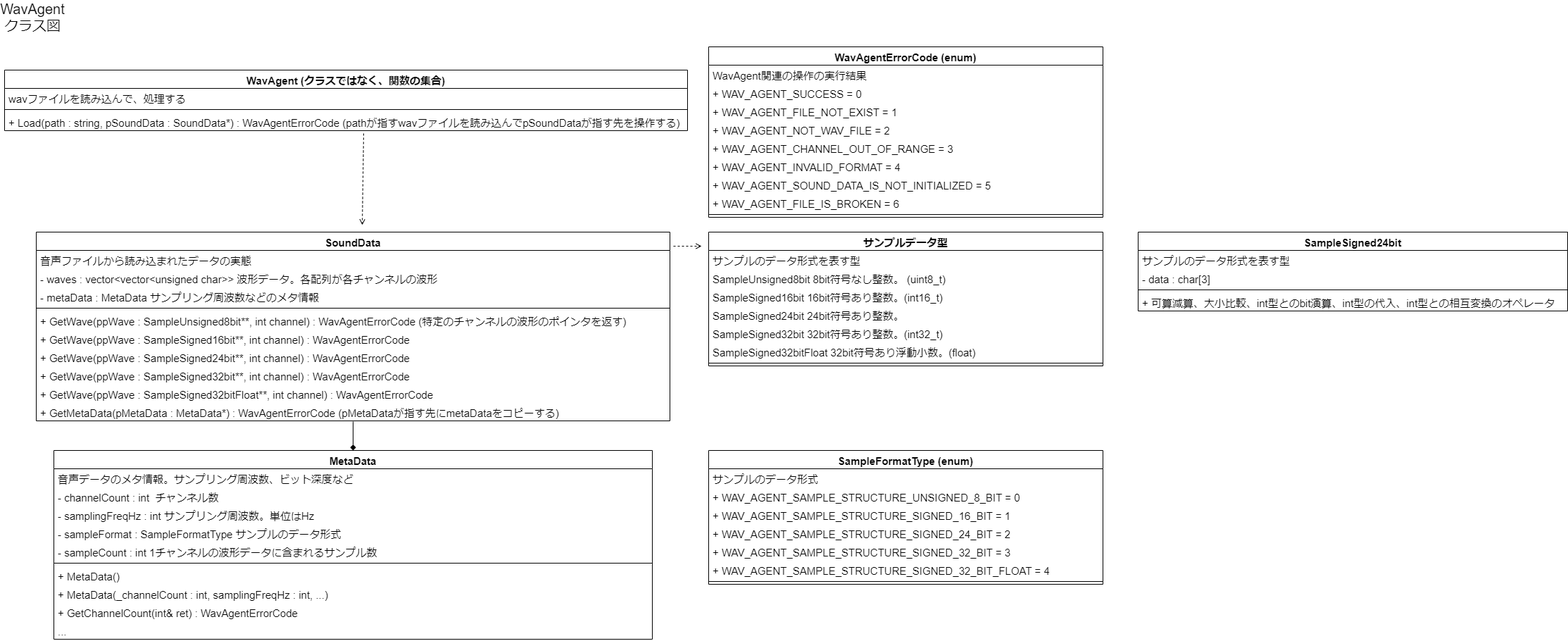
Before: design/WavAgentClassDiagram.png, a diagram exported from draw.io (Dumble009/WavAgent). Source tidied: cells renumbered, new cells last; positions are measured from the earlier drawing's top-left corner, leaving out a move shared by most shapes. The source it was exported from:
```xml
<mxGraphModel>
  <root>
    <mxCell id="0" />
    <mxCell id="1" parent="0" />
    <mxCell id="2" value="WavAgentクラス図" style="text;html=1;strokeColor=none;fillColor=none;align=center;verticalAlign=middle;whiteSpace=wrap;rounded=0;fontSize=20;" parent="1" vertex="1">
      <mxGeometry x="10" width="60" height="30" as="geometry" />
    </mxCell>
    <mxCell id="3" style="endArrow=open;html=1;rounded=0;fontSize=15;endFill=0;entryX=0.5;entryY=0;entryDx=0;entryDy=0;dashed=1;" parent="1" edge="1">
      <mxGeometry relative="1" as="geometry">
        <mxPoint x="510" y="180" as="sourcePoint" />
        <mxPoint x="508" y="310" as="targetPoint" />
      </mxGeometry>
    </mxCell>
    <mxCell id="4" value="WavAgent (クラスではなく、関数の集合)" style="swimlane;fontStyle=1;align=center;verticalAlign=top;horizontal=1;startSize=26;fontSize=15;" parent="1" vertex="1">
      <mxGeometry y="90" width="970" height="86" as="geometry" />
    </mxCell>
    <mxCell id="5" value="wavファイルを読み込んで、処理する" style="text;strokeColor=none;fillColor=none;align=left;verticalAlign=top;spacingLeft=4;spacingRight=4;overflow=hidden;fontSize=15;" parent="4" vertex="1">
      <mxGeometry y="26" width="970" height="26" as="geometry" />
    </mxCell>
    <mxCell id="6" style="line;strokeWidth=1;fillColor=none;align=left;verticalAlign=middle;spacingTop=-1;spacingLeft=3;spacingRight=3;labelPosition=right;fontSize=15;" parent="4" vertex="1">
      <mxGeometry y="52" width="970" height="8" as="geometry" />
    </mxCell>
    <mxCell id="7" value="+ Load(path : string, pSoundData : SoundData*) : WavAgentErrorCode (pathが指すwavファイルを読み込んでpSoundDataが指す先を操作する)" style="text;strokeColor=none;fillColor=none;align=left;verticalAlign=top;spacingLeft=4;spacingRight=4;overflow=hidden;fontSize=15;" parent="4" vertex="1">
      <mxGeometry y="60" width="970" height="26" as="geometry" />
    </mxCell>
    <mxCell id="8" value="SoundData" style="swimlane;fontStyle=1;align=center;verticalAlign=top;horizontal=1;startSize=26;fontSize=15;" parent="1" vertex="1">
      <mxGeometry x="45" y="320" width="900" height="268" as="geometry" />
    </mxCell>
    <mxCell id="9" value="音声ファイルから読み込まれたデータの実態" style="text;strokeColor=none;fillColor=none;align=left;verticalAlign=top;spacingLeft=4;spacingRight=4;overflow=hidden;fontSize=15;" parent="8" vertex="1">
      <mxGeometry y="26" width="900" height="26" as="geometry" />
    </mxCell>
    <mxCell id="10" value="- waves : vector&lt;vector&lt;unsigned char&gt;&gt; 波形データ。各配列が各チャンネルの波形" style="text;strokeColor=none;fillColor=none;align=left;verticalAlign=top;spacingLeft=4;spacingRight=4;overflow=hidden;fontSize=15;" parent="8" vertex="1">
      <mxGeometry y="52" width="900" height="26" as="geometry" />
    </mxCell>
    <mxCell id="11" value="- metaData : MetaData サンプリング周波数などのメタ情報" style="text;strokeColor=none;fillColor=none;align=left;verticalAlign=top;spacingLeft=4;spacingRight=4;overflow=hidden;fontSize=15;" parent="8" vertex="1">
      <mxGeometry y="78" width="900" height="26" as="geometry" />
    </mxCell>
    <mxCell id="12" style="line;strokeWidth=1;fillColor=none;align=left;verticalAlign=middle;spacingTop=-1;spacingLeft=3;spacingRight=3;labelPosition=right;fontSize=15;" parent="8" vertex="1">
      <mxGeometry y="104" width="900" height="8" as="geometry" />
    </mxCell>
    <mxCell id="13" value="+ GetWave(ppWave : SampleUnsigned8bit**, int channel) : WavAgentErrorCode (特定のチャンネルの波形のポインタを返す)" style="text;strokeColor=none;fillColor=none;align=left;verticalAlign=top;spacingLeft=4;spacingRight=4;overflow=hidden;fontSize=15;" parent="8" vertex="1">
      <mxGeometry y="112" width="900" height="26" as="geometry" />
    </mxCell>
    <mxCell id="14" value="+ GetWave(ppWave : SampleSigned16bit**, int channel) : WavAgentErrorCode  " style="text;strokeColor=none;fillColor=none;align=left;verticalAlign=top;spacingLeft=4;spacingRight=4;overflow=hidden;fontSize=15;" parent="8" vertex="1">
      <mxGeometry y="138" width="900" height="26" as="geometry" />
    </mxCell>
    <mxCell id="15" value="+ GetWave(ppWave : SampleSigned24bit**, int channel) : WavAgentErrorCode " style="text;strokeColor=none;fillColor=none;align=left;verticalAlign=top;spacingLeft=4;spacingRight=4;overflow=hidden;fontSize=15;" parent="8" vertex="1">
      <mxGeometry y="164" width="900" height="26" as="geometry" />
    </mxCell>
    <mxCell id="16" value="+ GetWave(ppWave : SampleSigned32bit**, int channel) : WavAgentErrorCode  " style="text;strokeColor=none;fillColor=none;align=left;verticalAlign=top;spacingLeft=4;spacingRight=4;overflow=hidden;fontSize=15;" parent="8" vertex="1">
      <mxGeometry y="190" width="900" height="26" as="geometry" />
    </mxCell>
    <mxCell id="17" value="+ GetWave(ppWave : SampleSigned32bitFloat**, int channel) : WavAgentErrorCode  " style="text;strokeColor=none;fillColor=none;align=left;verticalAlign=top;spacingLeft=4;spacingRight=4;overflow=hidden;fontSize=15;" parent="8" vertex="1">
      <mxGeometry y="216" width="900" height="26" as="geometry" />
    </mxCell>
    <mxCell id="18" value="+ GetMetaData(pMetaData : MetaData*) : WavAgentErrorCode (pMetaDataが指す先にmetaDataをコピーする)" style="text;strokeColor=none;fillColor=none;align=left;verticalAlign=top;spacingLeft=4;spacingRight=4;overflow=hidden;points=[[0,0.5],[1,0.5]];portConstraint=eastwest;fontSize=15;" parent="8" vertex="1">
      <mxGeometry y="242" width="900" height="26" as="geometry" />
    </mxCell>
    <mxCell id="19" value="MetaData" style="swimlane;fontStyle=1;align=center;verticalAlign=top;horizontal=1;startSize=26;fontSize=15;" parent="1" vertex="1">
      <mxGeometry x="70" y="630" width="850" height="268" as="geometry" />
    </mxCell>
    <mxCell id="20" value="音声データのメタ情報。サンプリング周波数、ビット深度など" style="text;strokeColor=none;fillColor=none;align=left;verticalAlign=top;spacingLeft=4;spacingRight=4;overflow=hidden;fontSize=15;" parent="19" vertex="1">
      <mxGeometry y="26" width="850" height="26" as="geometry" />
    </mxCell>
    <mxCell id="21" value="- channelCount : int  チャンネル数    " style="text;strokeColor=none;fillColor=none;align=left;verticalAlign=top;spacingLeft=4;spacingRight=4;overflow=hidden;fontSize=15;" parent="19" vertex="1">
      <mxGeometry y="52" width="850" height="26" as="geometry" />
    </mxCell>
    <mxCell id="22" value="- samplingFreqHz : int サンプリング周波数。単位はHz" style="text;strokeColor=none;fillColor=none;align=left;verticalAlign=top;spacingLeft=4;spacingRight=4;overflow=hidden;fontSize=15;" parent="19" vertex="1">
      <mxGeometry y="78" width="850" height="26" as="geometry" />
    </mxCell>
    <mxCell id="23" value="- sampleFormat : SampleFormatType サンプルのデータ形式" style="text;strokeColor=none;fillColor=none;align=left;verticalAlign=top;spacingLeft=4;spacingRight=4;overflow=hidden;fontSize=15;" parent="19" vertex="1">
      <mxGeometry y="104" width="850" height="26" as="geometry" />
    </mxCell>
    <mxCell id="24" value="- sampleCount : int 1チャンネルの波形データに含まれるサンプル数" style="text;strokeColor=none;fillColor=none;align=left;verticalAlign=top;spacingLeft=4;spacingRight=4;overflow=hidden;fontSize=15;" parent="19" vertex="1">
      <mxGeometry y="130" width="850" height="26" as="geometry" />
    </mxCell>
    <mxCell id="25" style="line;strokeWidth=1;fillColor=none;align=left;verticalAlign=middle;spacingTop=-1;spacingLeft=3;spacingRight=3;labelPosition=right;fontSize=15;" parent="19" vertex="1">
      <mxGeometry y="156" width="850" height="8" as="geometry" />
    </mxCell>
    <mxCell id="26" value="+ MetaData()" style="text;strokeColor=none;fillColor=none;align=left;verticalAlign=top;spacingLeft=4;spacingRight=4;overflow=hidden;fontSize=15;" parent="19" vertex="1">
      <mxGeometry y="164" width="850" height="26" as="geometry" />
    </mxCell>
    <mxCell id="27" value="+ MetaData(_channelCount : int, samplingFreqHz : int, ...)" style="text;strokeColor=none;fillColor=none;align=left;verticalAlign=top;spacingLeft=4;spacingRight=4;overflow=hidden;fontSize=15;" parent="19" vertex="1">
      <mxGeometry y="190" width="850" height="26" as="geometry" />
    </mxCell>
    <mxCell id="28" value="+ GetChannelCount(int&amp; ret) : WavAgentErrorCode" style="text;strokeColor=none;fillColor=none;align=left;verticalAlign=top;spacingLeft=4;spacingRight=4;overflow=hidden;fontSize=15;" parent="19" vertex="1">
      <mxGeometry y="216" width="850" height="26" as="geometry" />
    </mxCell>
    <mxCell id="29" value="..." style="text;strokeColor=none;fillColor=none;align=left;verticalAlign=top;spacingLeft=4;spacingRight=4;overflow=hidden;fontSize=15;" parent="19" vertex="1">
      <mxGeometry y="242" width="850" height="26" as="geometry" />
    </mxCell>
    <mxCell id="30" style="endArrow=diamond;html=1;rounded=0;fontSize=15;endFill=1;entryX=0.5;entryY=0;entryDx=0;entryDy=0;exitX=0.5;exitY=1.038;exitDx=0;exitDy=0;exitPerimeter=0;" parent="1" edge="1" source="18" target="19">
      <mxGeometry relative="1" as="geometry" />
    </mxCell>
    <mxCell id="31" value="WavAgentErrorCode (enum)" style="swimlane;fontStyle=1;align=center;verticalAlign=top;horizontal=1;startSize=26;fontSize=15;" parent="1" vertex="1">
      <mxGeometry x="1000" y="57" width="560" height="242" as="geometry" />
    </mxCell>
    <mxCell id="32" value="WavAgent関連の操作の実行結果" style="text;strokeColor=none;fillColor=none;align=left;verticalAlign=top;spacingLeft=4;spacingRight=4;overflow=hidden;fontSize=15;" parent="31" vertex="1">
      <mxGeometry y="26" width="560" height="26" as="geometry" />
    </mxCell>
    <mxCell id="33" value="+ WAV_AGENT_SUCCESS = 0" style="text;strokeColor=none;fillColor=none;align=left;verticalAlign=top;spacingLeft=4;spacingRight=4;overflow=hidden;fontSize=15;" parent="31" vertex="1">
      <mxGeometry y="52" width="560" height="26" as="geometry" />
    </mxCell>
    <mxCell id="34" value="+ WAV_AGENT_FILE_NOT_EXIST = 1" style="text;strokeColor=none;fillColor=none;align=left;verticalAlign=top;spacingLeft=4;spacingRight=4;overflow=hidden;fontSize=15;" parent="31" vertex="1">
      <mxGeometry y="78" width="560" height="26" as="geometry" />
    </mxCell>
    <mxCell id="35" value="+ WAV_AGENT_NOT_WAV_FILE = 2" style="text;strokeColor=none;fillColor=none;align=left;verticalAlign=top;spacingLeft=4;spacingRight=4;overflow=hidden;fontSize=15;" parent="31" vertex="1">
      <mxGeometry y="104" width="560" height="26" as="geometry" />
    </mxCell>
    <mxCell id="36" value="+ WAV_AGENT_CHANNEL_OUT_OF_RANGE = 3" style="text;strokeColor=none;fillColor=none;align=left;verticalAlign=top;spacingLeft=4;spacingRight=4;overflow=hidden;fontSize=15;" parent="31" vertex="1">
      <mxGeometry y="130" width="560" height="26" as="geometry" />
    </mxCell>
    <mxCell id="37" value="+ WAV_AGENT_INVALID_FORMAT = 4" style="text;strokeColor=none;fillColor=none;align=left;verticalAlign=top;spacingLeft=4;spacingRight=4;overflow=hidden;fontSize=15;" parent="31" vertex="1">
      <mxGeometry y="156" width="560" height="26" as="geometry" />
    </mxCell>
    <mxCell id="38" value="+ WAV_AGENT_SOUND_DATA_IS_NOT_INITIALIZED = 5" style="text;strokeColor=none;fillColor=none;align=left;verticalAlign=top;spacingLeft=4;spacingRight=4;overflow=hidden;fontSize=15;" parent="31" vertex="1">
      <mxGeometry y="182" width="560" height="26" as="geometry" />
    </mxCell>
    <mxCell id="39" value="+ WAV_AGENT_FILE_IS_BROKEN = 6" style="text;strokeColor=none;fillColor=none;align=left;verticalAlign=top;spacingLeft=4;spacingRight=4;overflow=hidden;fontSize=15;" parent="31" vertex="1">
      <mxGeometry y="208" width="560" height="26" as="geometry" />
    </mxCell>
    <mxCell id="40" style="line;strokeWidth=1;fillColor=none;align=left;verticalAlign=middle;spacingTop=-1;spacingLeft=3;spacingRight=3;labelPosition=right;fontSize=15;" parent="31" vertex="1">
      <mxGeometry y="234" width="560" height="8" as="geometry" />
    </mxCell>
    <mxCell id="41" value="SampleFormatType (enum)" style="swimlane;fontStyle=1;align=center;verticalAlign=top;horizontal=1;startSize=26;fontSize=15;" parent="1" vertex="1">
      <mxGeometry x="1000" y="630" width="560" height="190" as="geometry" />
    </mxCell>
    <mxCell id="42" value="サンプルのデータ形式" style="text;strokeColor=none;fillColor=none;align=left;verticalAlign=top;spacingLeft=4;spacingRight=4;overflow=hidden;fontSize=15;" parent="41" vertex="1">
      <mxGeometry y="26" width="560" height="26" as="geometry" />
    </mxCell>
    <mxCell id="43" value="+ WAV_AGENT_SAMPLE_STRUCTURE_UNSIGNED_8_BIT = 0" style="text;strokeColor=none;fillColor=none;align=left;verticalAlign=top;spacingLeft=4;spacingRight=4;overflow=hidden;fontSize=15;" parent="41" vertex="1">
      <mxGeometry y="52" width="560" height="26" as="geometry" />
    </mxCell>
    <mxCell id="44" value="+ WAV_AGENT_SAMPLE_STRUCTURE_SIGNED_16_BIT = 1" style="text;strokeColor=none;fillColor=none;align=left;verticalAlign=top;spacingLeft=4;spacingRight=4;overflow=hidden;fontSize=15;" parent="41" vertex="1">
      <mxGeometry y="78" width="560" height="26" as="geometry" />
    </mxCell>
    <mxCell id="45" value="+ WAV_AGENT_SAMPLE_STRUCTURE_SIGNED_24_BIT = 2" style="text;strokeColor=none;fillColor=none;align=left;verticalAlign=top;spacingLeft=4;spacingRight=4;overflow=hidden;fontSize=15;" parent="41" vertex="1">
      <mxGeometry y="104" width="560" height="26" as="geometry" />
    </mxCell>
    <mxCell id="46" value="+ WAV_AGENT_SAMPLE_STRUCTURE_SIGNED_32_BIT = 3" style="text;strokeColor=none;fillColor=none;align=left;verticalAlign=top;spacingLeft=4;spacingRight=4;overflow=hidden;fontSize=15;" parent="41" vertex="1">
      <mxGeometry y="130" width="560" height="26" as="geometry" />
    </mxCell>
    <mxCell id="47" value="+ WAV_AGENT_SAMPLE_STRUCTURE_SIGNED_32_BIT_FLOAT = 4" style="text;strokeColor=none;fillColor=none;align=left;verticalAlign=top;spacingLeft=4;spacingRight=4;overflow=hidden;fontSize=15;" parent="41" vertex="1">
      <mxGeometry y="156" width="560" height="26" as="geometry" />
    </mxCell>
    <mxCell id="48" style="line;strokeWidth=1;fillColor=none;align=left;verticalAlign=middle;spacingTop=-1;spacingLeft=3;spacingRight=3;labelPosition=right;fontSize=15;" parent="41" vertex="1">
      <mxGeometry y="182" width="560" height="8" as="geometry" />
    </mxCell>
    <mxCell id="49" value="サンプルデータ型" style="swimlane;fontStyle=1;align=center;verticalAlign=top;horizontal=1;startSize=26;fontSize=15;" parent="1" vertex="1">
      <mxGeometry x="1000" y="320" width="560" height="190" as="geometry" />
    </mxCell>
    <mxCell id="50" value="サンプルのデータ形式を表す型" style="text;strokeColor=none;fillColor=none;align=left;verticalAlign=top;spacingLeft=4;spacingRight=4;overflow=hidden;fontSize=15;" parent="49" vertex="1">
      <mxGeometry y="26" width="560" height="26" as="geometry" />
    </mxCell>
    <mxCell id="51" value="SampleUnsigned8bit 8bit符号なし整数。 (uint8_t)" style="text;strokeColor=none;fillColor=none;align=left;verticalAlign=top;spacingLeft=4;spacingRight=4;overflow=hidden;fontSize=15;" parent="49" vertex="1">
      <mxGeometry y="52" width="560" height="26" as="geometry" />
    </mxCell>
    <mxCell id="52" value="SampleSigned16bit 16bit符号あり整数。(int16_t)" style="text;strokeColor=none;fillColor=none;align=left;verticalAlign=top;spacingLeft=4;spacingRight=4;overflow=hidden;fontSize=15;" parent="49" vertex="1">
      <mxGeometry y="78" width="560" height="26" as="geometry" />
    </mxCell>
    <mxCell id="53" value="SampleSigned24bit 24bit符号あり整数。" style="text;strokeColor=none;fillColor=none;align=left;verticalAlign=top;spacingLeft=4;spacingRight=4;overflow=hidden;fontSize=15;" parent="49" vertex="1">
      <mxGeometry y="104" width="560" height="26" as="geometry" />
    </mxCell>
    <mxCell id="54" value="SampleSigned32bit 32bit符号あり整数。(int32_t)" style="text;strokeColor=none;fillColor=none;align=left;verticalAlign=top;spacingLeft=4;spacingRight=4;overflow=hidden;fontSize=15;" parent="49" vertex="1">
      <mxGeometry y="130" width="560" height="26" as="geometry" />
    </mxCell>
    <mxCell id="55" value="SampleSigned32bitFloat 32bit符号あり浮動小数。(float)" style="text;strokeColor=none;fillColor=none;align=left;verticalAlign=top;spacingLeft=4;spacingRight=4;overflow=hidden;fontSize=15;" parent="49" vertex="1">
      <mxGeometry y="156" width="560" height="26" as="geometry" />
    </mxCell>
    <mxCell id="56" style="line;strokeWidth=1;fillColor=none;align=left;verticalAlign=middle;spacingTop=-1;spacingLeft=3;spacingRight=3;labelPosition=right;fontSize=15;" parent="49" vertex="1">
      <mxGeometry y="182" width="560" height="8" as="geometry" />
    </mxCell>
    <mxCell id="57" value="SampleSigned24bit" style="swimlane;fontStyle=1;align=center;verticalAlign=top;horizontal=1;startSize=26;fontSize=15;" parent="1" vertex="1">
      <mxGeometry x="1610" y="320" width="610" height="112" as="geometry" />
    </mxCell>
    <mxCell id="58" value="サンプルのデータ形式を表す型" style="text;strokeColor=none;fillColor=none;align=left;verticalAlign=top;spacingLeft=4;spacingRight=4;overflow=hidden;fontSize=15;" parent="57" vertex="1">
      <mxGeometry y="26" width="610" height="26" as="geometry" />
    </mxCell>
    <mxCell id="59" value="- data : char[3]" style="text;strokeColor=none;fillColor=none;align=left;verticalAlign=top;spacingLeft=4;spacingRight=4;overflow=hidden;fontSize=15;" parent="57" vertex="1">
      <mxGeometry y="52" width="610" height="26" as="geometry" />
    </mxCell>
    <mxCell id="60" style="line;strokeWidth=1;fillColor=none;align=left;verticalAlign=middle;spacingTop=-1;spacingLeft=3;spacingRight=3;labelPosition=right;fontSize=15;" parent="57" vertex="1">
      <mxGeometry y="78" width="610" height="8" as="geometry" />
    </mxCell>
    <mxCell id="61" value="+ 可算減算、大小比較、int型とのbit演算、int型の代入、int型との相互変換のオペレータ" style="text;strokeColor=none;fillColor=none;align=left;verticalAlign=top;spacingLeft=4;spacingRight=4;overflow=hidden;fontSize=15;" parent="57" vertex="1">
      <mxGeometry y="86" width="610" height="26" as="geometry" />
    </mxCell>
    <mxCell id="62" style="endArrow=open;html=1;rounded=0;fontSize=15;endFill=0;dashed=1;" parent="1" edge="1">
      <mxGeometry relative="1" as="geometry">
        <mxPoint x="950" y="340" as="sourcePoint" />
        <mxPoint x="990" y="340" as="targetPoint" />
      </mxGeometry>
    </mxCell>
  </root>
</mxGraphModel>
```
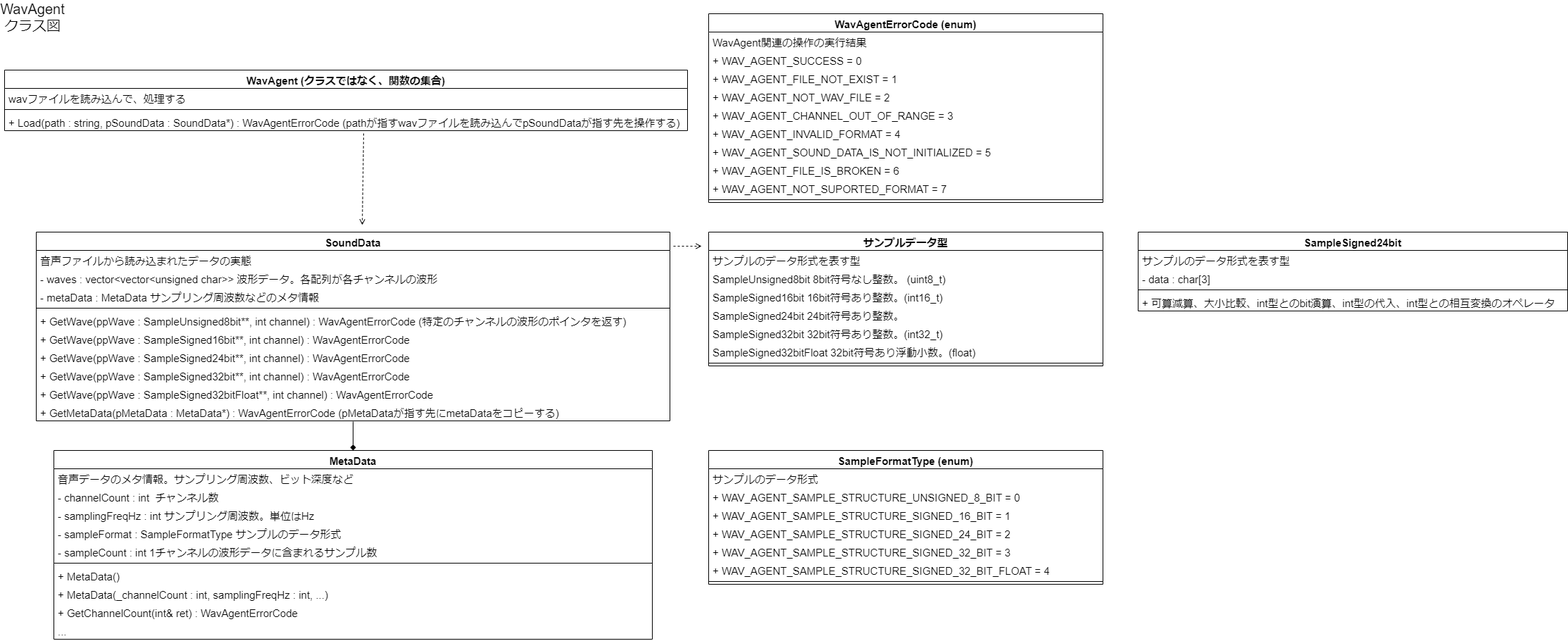
Above is the later version.

Diff of the diagram source:
```diff
@@ -93,7 +93,7 @@
       <mxGeometry relative="1" as="geometry" />
     </mxCell>
     <mxCell id="31" value="WavAgentErrorCode (enum)" style="swimlane;fontStyle=1;align=center;verticalAlign=top;horizontal=1;startSize=26;fontSize=15;" parent="1" vertex="1">
-      <mxGeometry x="1000" y="57" width="560" height="242" as="geometry" />
+      <mxGeometry x="1000" y="10" width="560" height="268" as="geometry" />
     </mxCell>
     <mxCell id="32" value="WavAgent関連の操作の実行結果" style="text;strokeColor=none;fillColor=none;align=left;verticalAlign=top;spacingLeft=4;spacingRight=4;overflow=hidden;fontSize=15;" parent="31" vertex="1">
       <mxGeometry y="26" width="560" height="26" as="geometry" />
@@ -119,8 +119,11 @@
     <mxCell id="39" value="+ WAV_AGENT_FILE_IS_BROKEN = 6" style="text;strokeColor=none;fillColor=none;align=left;verticalAlign=top;spacingLeft=4;spacingRight=4;overflow=hidden;fontSize=15;" parent="31" vertex="1">
       <mxGeometry y="208" width="560" height="26" as="geometry" />
     </mxCell>
+    <mxCell id="63" value="+ WAV_AGENT_NOT_SUPORTED_FORMAT = 7" style="text;strokeColor=none;fillColor=none;align=left;verticalAlign=top;spacingLeft=4;spacingRight=4;overflow=hidden;fontSize=15;" parent="31" vertex="1">
+      <mxGeometry y="234" width="560" height="26" as="geometry" />
+    </mxCell>
     <mxCell id="40" style="line;strokeWidth=1;fillColor=none;align=left;verticalAlign=middle;spacingTop=-1;spacingLeft=3;spacingRight=3;labelPosition=right;fontSize=15;" parent="31" vertex="1">
-      <mxGeometry y="234" width="560" height="8" as="geometry" />
+      <mxGeometry y="260" width="560" height="8" as="geometry" />
     </mxCell>
     <mxCell id="41" value="SampleFormatType (enum)" style="swimlane;fontStyle=1;align=center;verticalAlign=top;horizontal=1;startSize=26;fontSize=15;" parent="1" vertex="1">
       <mxGeometry x="1000" y="630" width="560" height="190" as="geometry" />
```
